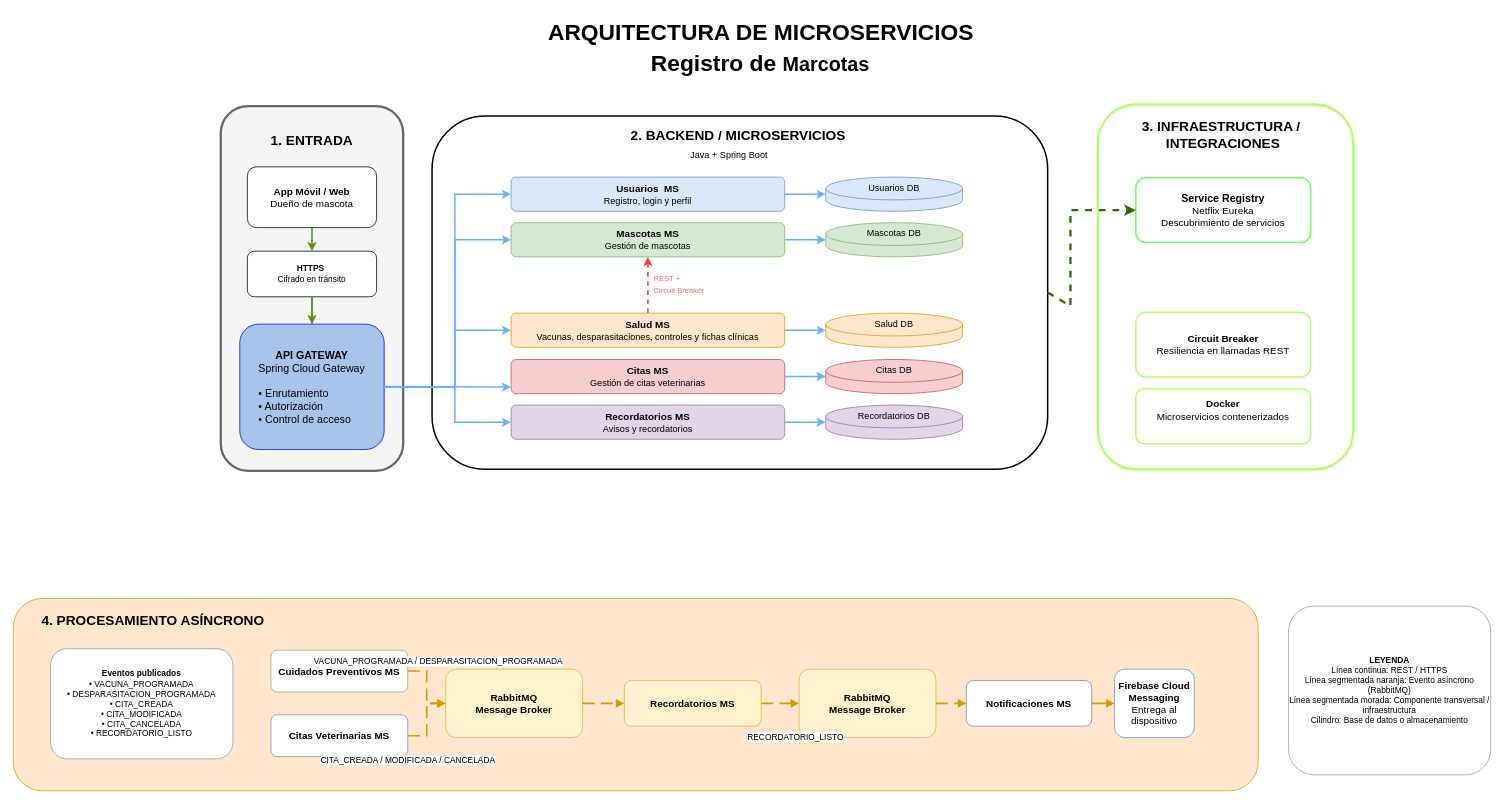
Earlier version of the draw.io diagram registroMascotas/anexos/diagrama-arquitectura.drawio (bradanovich/registroMascotas). Source tidied: cells renumbered, new cells numbered last; positions are measured from the earlier drawing's top-left corner, leaving out a move shared by most shapes. Both pictures are drawn from the tidied source at 76%, with x=0, y=0 at pixel (13, 13).
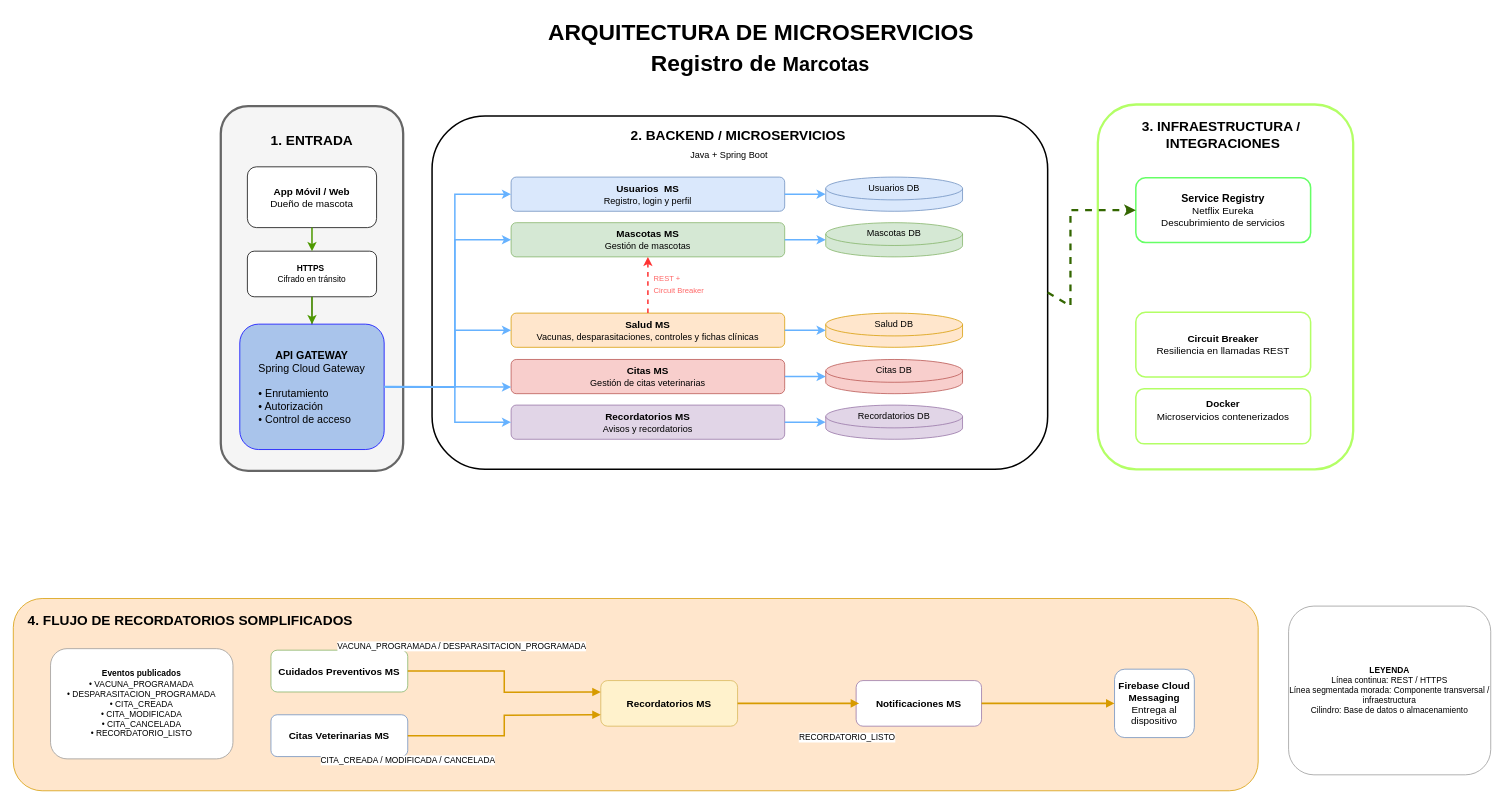
The same diagram, later.

Commit message:
Se simplificó el diagrama y se eliminaron tecnologías no conocidas

Unchanged cells that the change refers to:
```xml
<mxCell id="3" value="&lt;b&gt;Cuidados Preventivos MS&lt;/b&gt;" style="rounded=1;whiteSpace=wrap;html=1;fillColor=#ffffff;strokeColor=#82b366;fontSize=13;" parent="1" vertex="1">
  <mxGeometry x="339" y="838" width="180" height="55" as="geometry" />
</mxCell>
<mxCell id="4" value="&lt;b&gt;Citas Veterinarias MS&lt;/b&gt;" style="rounded=1;whiteSpace=wrap;html=1;fillColor=#ffffff;strokeColor=#6c8ebf;fontSize=13;" parent="1" vertex="1">
  <mxGeometry x="339" y="923" width="180" height="55" as="geometry" />
</mxCell>
<mxCell id="9" value="&lt;b&gt;Firebase Cloud Messaging&lt;/b&gt;&lt;br/&gt;Entrega al dispositivo" style="rounded=1;whiteSpace=wrap;html=1;fillColor=#ffffff;strokeColor=#6c8ebf;fontSize=13;" parent="1" vertex="1">
  <mxGeometry x="1449" y="863" width="105" height="90" as="geometry" />
</mxCell>
```

Change to the diagram source:
```diff
@@
-    <mxCell id="5" value="&lt;b&gt;RabbitMQ&lt;/b&gt;&lt;br/&gt;Message Broker" style="rounded=1;whiteSpace=wrap;html=1;fillColor=#fff2cc;strokeColor=#d6b656;fontStyle=1;fontSize=13;" parent="1" vertex="1">
-      <mxGeometry x="569" y="863" width="180" height="90" as="geometry" />
-    </mxCell>
     <mxCell id="6" value="&lt;b&gt;Recordatorios MS&lt;/b&gt;" style="rounded=1;whiteSpace=wrap;html=1;fillColor=#fff2cc;strokeColor=#d6b656;fontStyle=1;fontSize=13;" parent="1" vertex="1">
-      <mxGeometry x="804" y="878" width="180" height="60" as="geometry" />
+      <mxGeometry x="773" y="878" width="180" height="60" as="geometry" />
     </mxCell>
-    <mxCell id="7" value="&lt;b&gt;RabbitMQ&lt;/b&gt;&lt;br/&gt;Message Broker" style="rounded=1;whiteSpace=wrap;html=1;fillColor=#fff2cc;strokeColor=#d6b656;fontStyle=1;fontSize=13;" parent="1" vertex="1">
-      <mxGeometry x="1034" y="863" width="180" height="90" as="geometry" />
-    </mxCell>
     <mxCell id="8" value="&lt;b&gt;Notificaciones MS&lt;/b&gt;" style="rounded=1;whiteSpace=wrap;html=1;fillColor=#ffffff;strokeColor=#9673a6;fontSize=13;" parent="1" vertex="1">
-      <mxGeometry x="1254" y="878" width="165" height="60" as="geometry" />
+      <mxGeometry x="1109" y="878" width="165" height="60" as="geometry" />
     </mxCell>
@@
-    <mxCell id="10" value="VACUNA_PROGRAMADA / DESPARASITACION_PROGRAMADA" style="edgeStyle=orthogonalEdgeStyle;rounded=0;jettySize=auto;html=1;endArrow=block;endFill=1;strokeWidth=2;dashed=1;dashPattern=8 4;strokeColor=#d79b00;" parent="1" edge="1" source="3" target="5">
+    <mxCell id="10" value="VACUNA_PROGRAMADA / DESPARASITACION_PROGRAMADA" style="edgeStyle=orthogonalEdgeStyle;rounded=0;jettySize=auto;html=1;endArrow=block;endFill=1;strokeWidth=2;strokeColor=#d79b00;" parent="1" edge="1" source="3">
       <mxGeometry x="-0.46" y="20" relative="1" as="geometry">
+        <mxPoint x="773" y="893" as="targetPoint" />
         <mxPoint x="-5" y="-13" as="offset" />
       </mxGeometry>
     </mxCell>
-    <mxCell id="11" value="CITA_CREADA / MODIFICADA / CANCELADA" style="edgeStyle=orthogonalEdgeStyle;rounded=0;jettySize=auto;html=1;endArrow=block;endFill=1;strokeWidth=2;dashed=1;dashPattern=8 4;strokeColor=#d79b00;" parent="1" edge="1" source="4" target="5">
-      <mxGeometry x="-1" y="-32" relative="1" as="geometry" />
+    <mxCell id="11" value="CITA_CREADA / MODIFICADA / CANCELADA" style="edgeStyle=orthogonalEdgeStyle;rounded=0;jettySize=auto;html=1;endArrow=block;endFill=1;strokeWidth=2;strokeColor=#d79b00;" parent="1" edge="1" source="4">
+      <mxGeometry x="-1" y="-32" relative="1" as="geometry">
+        <mxPoint x="773" y="923" as="targetPoint" />
+      </mxGeometry>
     </mxCell>
-    <mxCell id="12" style="edgeStyle=orthogonalEdgeStyle;rounded=0;jettySize=auto;html=1;endArrow=block;endFill=1;strokeWidth=2;dashed=1;dashPattern=8 4;strokeColor=#d79b00;" parent="1" edge="1" source="5" target="6">
-      <mxGeometry relative="1" as="geometry" />
-    </mxCell>
-    <mxCell id="13" value="RECORDATORIO_LISTO" style="edgeStyle=orthogonalEdgeStyle;rounded=0;jettySize=auto;html=1;endArrow=block;endFill=1;strokeWidth=2;dashed=1;dashPattern=8 4;strokeColor=#d79b00;" parent="1" edge="1" source="6" target="7">
-      <mxGeometry x="0.8" y="-45" relative="1" as="geometry" />
+    <mxCell id="13" value="RECORDATORIO_LISTO" style="edgeStyle=orthogonalEdgeStyle;rounded=0;jettySize=auto;html=1;endArrow=block;endFill=1;strokeWidth=2;strokeColor=#d79b00;" parent="1" edge="1" source="6">
+      <mxGeometry x="0.8" y="-45" relative="1" as="geometry">
+        <mxPoint x="1113" y="908" as="targetPoint" />
+      </mxGeometry>
     </mxCell>
-    <mxCell id="14" style="edgeStyle=orthogonalEdgeStyle;rounded=0;jettySize=auto;html=1;endArrow=block;endFill=1;strokeWidth=2;dashed=1;dashPattern=8 4;strokeColor=#d79b00;" parent="1" edge="1" source="7" target="8">
-      <mxGeometry relative="1" as="geometry" />
-    </mxCell>
-    <mxCell id="15" style="edgeStyle=orthogonalEdgeStyle;rounded=0;jettySize=auto;html=1;endArrow=block;endFill=1;strokeWidth=2;dashed=1;dashPattern=8 4;strokeColor=#d79b00;" parent="1" edge="1" source="8" target="9">
+    <mxCell id="15" style="edgeStyle=orthogonalEdgeStyle;rounded=0;jettySize=auto;html=1;endArrow=block;endFill=1;strokeWidth=2;strokeColor=#d79b00;" parent="1" edge="1" source="8" target="9">
       <mxGeometry relative="1" as="geometry" />
     </mxCell>
@@
-    <mxCell id="17" value="&lt;b&gt;LEYENDA&lt;/b&gt;&lt;br/&gt;Línea continua: REST / HTTPS&lt;br/&gt;Línea segmentada naranja: Evento asíncrono (RabbitMQ)&lt;br/&gt;Línea segmentada morada: Componente transversal / infraestructura&lt;br/&gt;Cilindro: Base de datos o almacenamiento" style="rounded=1;whiteSpace=wrap;html=1;fillColor=#ffffff;strokeColor=#999999;fontSize=11;" parent="1" vertex="1">
+    <mxCell id="17" value="&lt;b&gt;LEYENDA&lt;/b&gt;&lt;br&gt;Línea continua: REST / HTTPS&lt;br&gt;Línea segmentada morada: Componente transversal / infraestructura&lt;br&gt;Cilindro: Base de datos o almacenamiento" style="rounded=1;whiteSpace=wrap;html=1;fillColor=#ffffff;strokeColor=#999999;fontSize=11;" parent="1" vertex="1">
       <mxGeometry x="1678" y="780" width="266" height="222" as="geometry" />
     </mxCell>
@@
-    <mxCell id="41" value="4. PROCESAMIENTO ASÍNCRONO" style="text;html=1;whiteSpace=wrap;strokeColor=none;fillColor=none;align=center;verticalAlign=middle;rounded=0;fontSize=18;fontStyle=1;" parent="1" vertex="1">
-      <mxGeometry x="29" y="780" width="310" height="40" as="geometry" />
+    <mxCell id="41" value="4. FLUJO DE RECORDATORIOS SOMPLIFICADOS" style="text;html=1;whiteSpace=wrap;strokeColor=none;fillColor=none;align=center;verticalAlign=middle;rounded=0;fontSize=18;fontStyle=1;" parent="1" vertex="1">
+      <mxGeometry x="8" y="780" width="450" height="40" as="geometry" />
     </mxCell>
```
